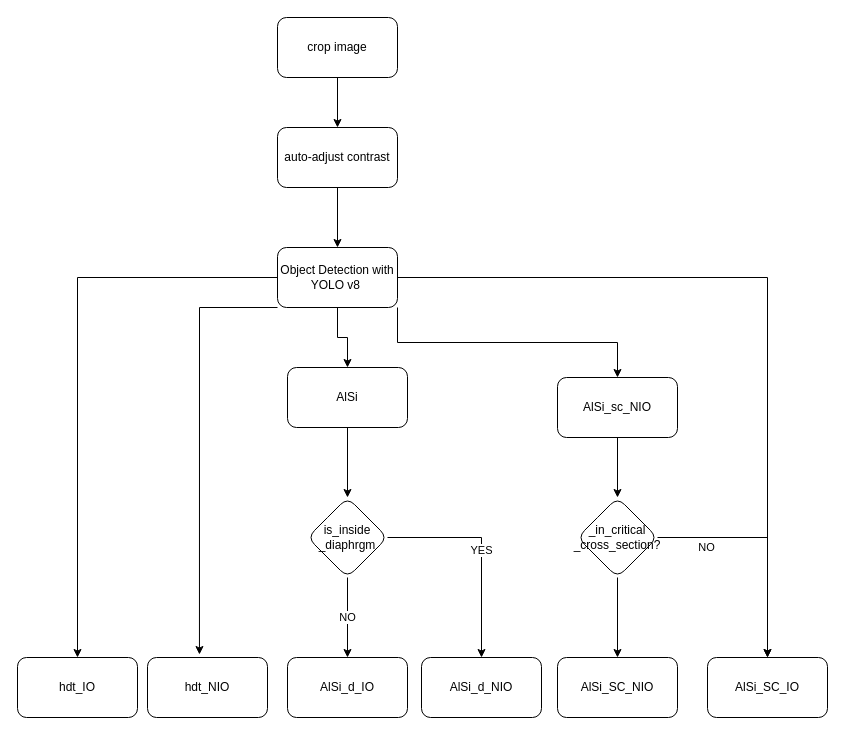
Above: die_inspection_st.drawio in frtendero/drawio-ml (draw.io), before the change. Source tidied: cells renumbered, new cells numbered last; positions are measured from the earlier drawing's top-left corner, leaving out a move shared by most shapes. Both pictures are drawn from the tidied source at 100%, with x=0, y=0 at pixel (17, 17).
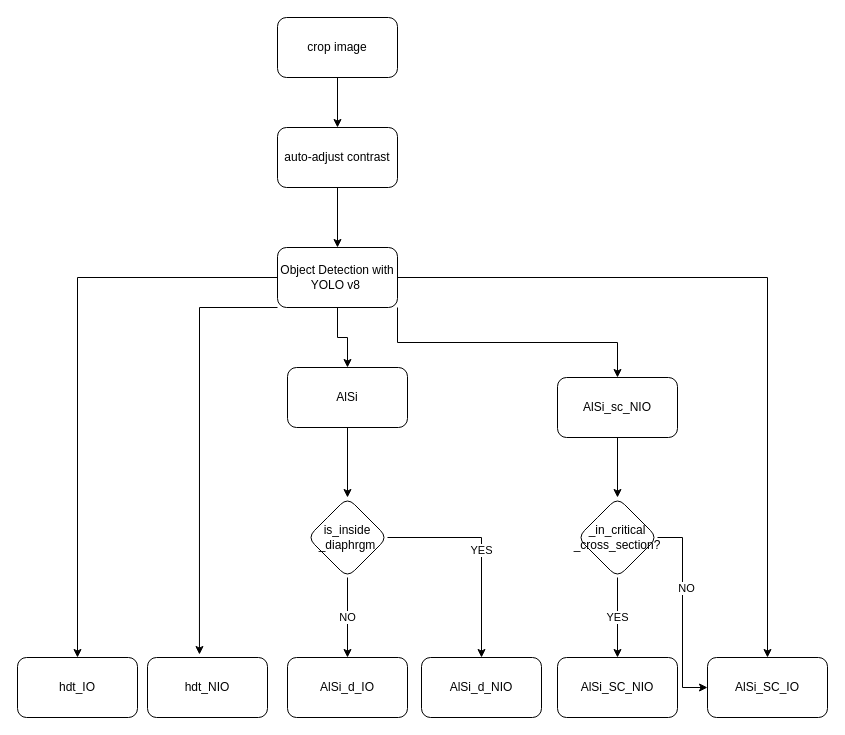
The same page after the edit.

Unchanged cells that the change refers to:
```xml
<mxCell id="13" value="AlSi_SC_IO" style="whiteSpace=wrap;html=1;rounded=1;" parent="1" vertex="1">
  <mxGeometry x="690" y="640" width="120" height="60" as="geometry" />
</mxCell>
<mxCell id="26" value="_in_critical&lt;br&gt;_cross_section?" style="rhombus;whiteSpace=wrap;html=1;rounded=1;" parent="1" vertex="1">
  <mxGeometry x="560" y="480" width="80" height="80" as="geometry" />
</mxCell>
<mxCell id="27" value="AlSi_SC_NIO" style="whiteSpace=wrap;html=1;rounded=1;" parent="1" vertex="1">
  <mxGeometry x="540" y="640" width="120" height="60" as="geometry" />
</mxCell>
```

The edit, as a diff of the source:
```diff
@@
+    <mxCell id="25" value="YES" style="edgeStyle=orthogonalEdgeStyle;rounded=0;jettySize=auto;html=1;" parent="1" edge="1" source="26" target="27">
+      <mxGeometry relative="1" as="geometry" />
+    </mxCell>
+    <mxCell id="28" style="edgeStyle=orthogonalEdgeStyle;rounded=0;jettySize=auto;html=1;entryX=0;entryY=0.5;entryDx=0;entryDy=0;" parent="1" edge="1" source="26" target="13">
+      <mxGeometry relative="1" as="geometry" />
+    </mxCell>
-    <mxCell id="24" value="NO" style="edgeStyle=orthogonalEdgeStyle;rounded=0;jettySize=auto;html=1;" parent="1" edge="1" source="26" target="13">
-      <mxGeometry x="-0.57" y="-10" relative="1" as="geometry">
-        <Array as="points">
-          <mxPoint x="750" y="520" />
-        </Array>
-      </mxGeometry>
+    <mxCell id="24" value="NO" style="edgeLabel;html=1;align=center;verticalAlign=middle;" parent="28" vertex="1">
+      <mxGeometry x="-0.25" y="3" relative="1" as="geometry" />
     </mxCell>
-    <mxCell id="25" style="edgeStyle=orthogonalEdgeStyle;rounded=0;jettySize=auto;html=1;" parent="1" edge="1" source="26" target="27">
-      <mxGeometry relative="1" as="geometry" />
-    </mxCell>
```
